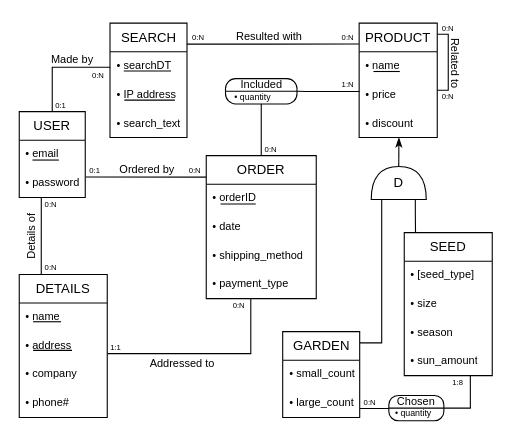
Before: part 2/ERD fixed.drawio in TomGeva/DB_project, a draw.io diagram. Source tidied: cells renumbered, new cells numbered last; positions are measured from the earlier drawing's top-left corner, leaving out a move shared by most shapes. Both pictures are drawn from the tidied source at 110%, with x=0, y=0 at pixel (19, 21).
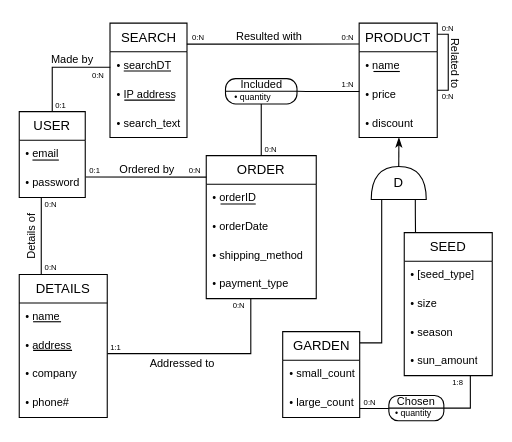
The same page after the edit.

The change refers to these unchanged cells:
```xml
<mxCell id="27" value="ORDER" style="swimlane;fontStyle=0;horizontal=1;startSize=26;fillColor=none;whiteSpace=wrap;html=1;rounded=0;" parent="26" vertex="1">
  <mxGeometry width="100" height="130" as="geometry" />
</mxCell>
```

The edit, as a diff of the source:
```diff
@@
-    <mxCell id="29" value="• date" style="text;strokeColor=none;fillColor=none;align=left;verticalAlign=top;spacingLeft=4;spacingRight=4;overflow=hidden;whiteSpace=wrap;html=1;fontSize=10;rounded=0;" parent="27" vertex="1">
+    <mxCell id="29" value="• orderDate" style="text;strokeColor=none;fillColor=none;align=left;verticalAlign=top;spacingLeft=4;spacingRight=4;overflow=hidden;whiteSpace=wrap;html=1;fontSize=10;rounded=0;" parent="27" vertex="1">
       <mxGeometry y="52" width="100" height="26" as="geometry" />
     </mxCell>
```
